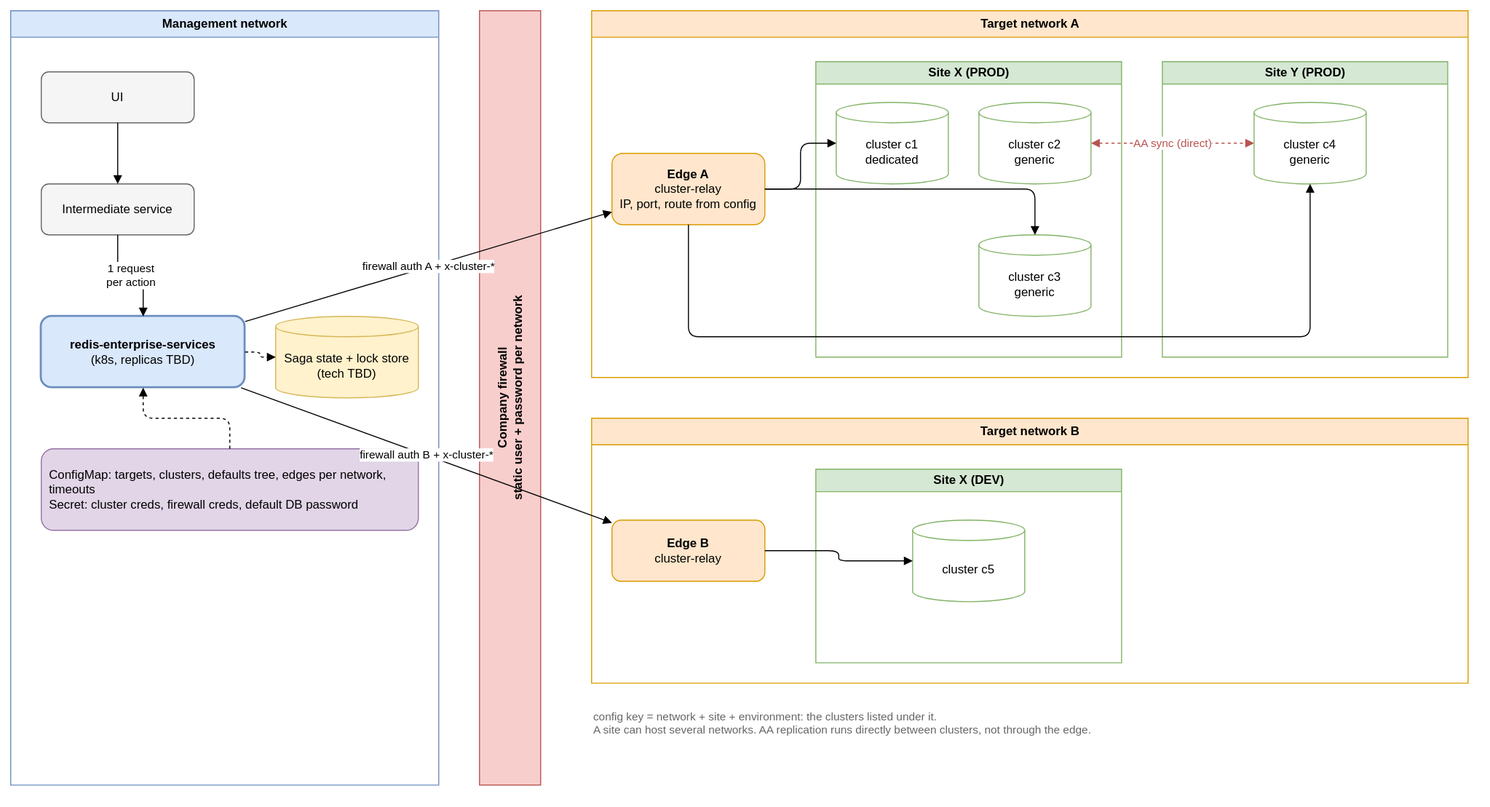
This is docs/dr/diagrams/02-deployment.drawio.svg from EliShteinman/redis-enterprise-services, a draw.io export, as it was before one commit. Source tidied: cells renumbered, new cells last; positions are measured from the earlier drawing's top-left corner, leaving out a move shared by most shapes.
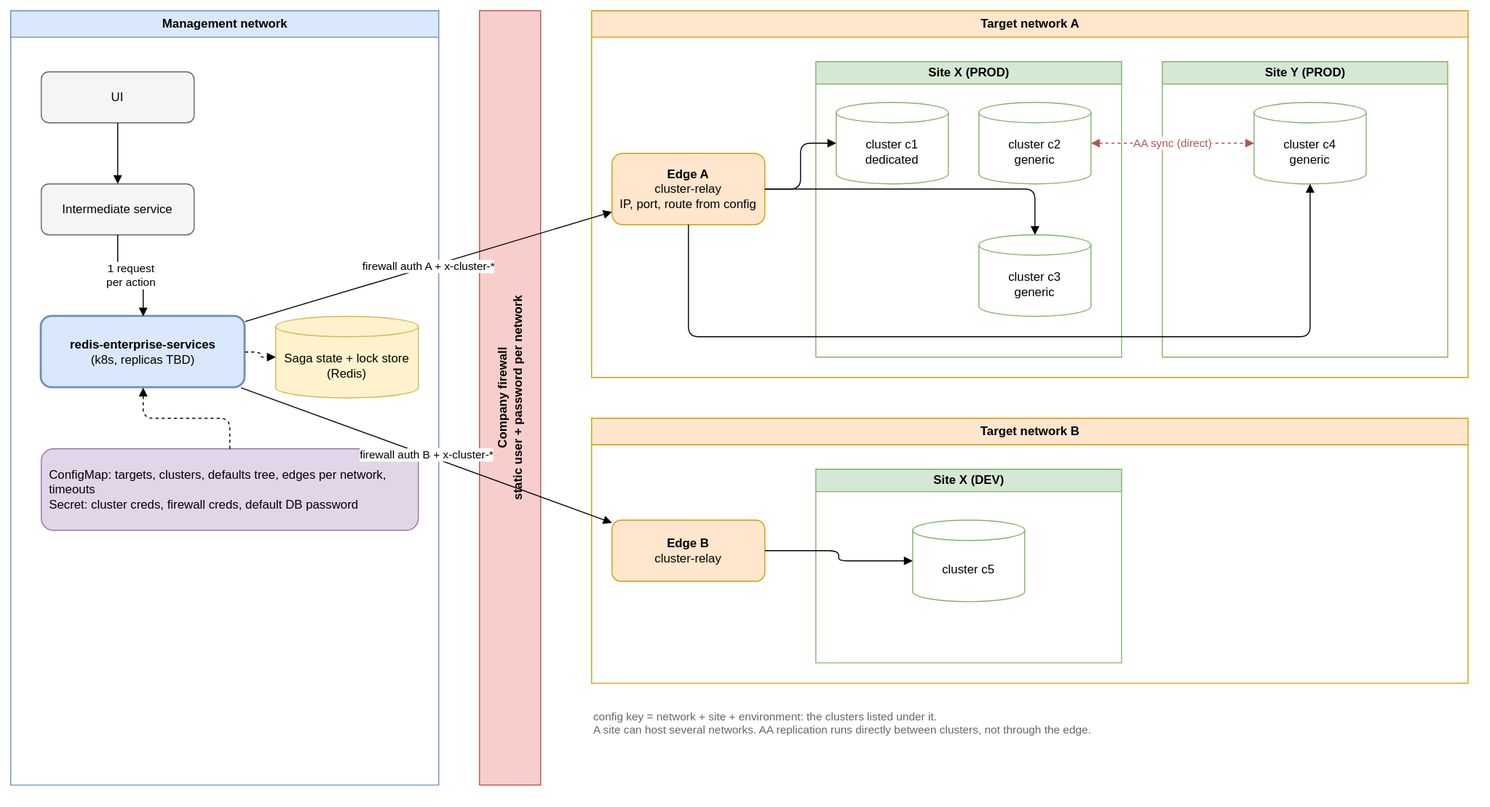
Later version of the same file.

Commit message:
docs(design): Redis holds the saga state and the DB lock

Diff of the diagram source:
```diff
@@ -14,7 +14,7 @@
     <mxCell id="5" value="&lt;b&gt;redis-enterprise-services&lt;/b&gt;&lt;br&gt;(k8s, replicas TBD)" style="rounded=1;whiteSpace=wrap;html=1;fillColor=#dae8fc;strokeColor=#6c8ebf;strokeWidth=2;" parent="2" vertex="1">
       <mxGeometry x="30" y="300" width="200" height="70" as="geometry" />
     </mxCell>
-    <mxCell id="6" value="Saga state + lock store&lt;br&gt;(tech TBD)" style="shape=cylinder3;whiteSpace=wrap;html=1;boundedLbl=1;size=10;fillColor=#fff2cc;strokeColor=#d6b656;" parent="2" vertex="1">
+    <mxCell id="6" value="Saga state + lock store&lt;br&gt;(Redis)" style="shape=cylinder3;whiteSpace=wrap;html=1;boundedLbl=1;size=10;fillColor=#fff2cc;strokeColor=#d6b656;" parent="2" vertex="1">
       <mxGeometry x="260" y="300" width="140" height="80" as="geometry" />
     </mxCell>
     <mxCell id="7" value="ConfigMap: targets, clusters, defaults tree, edges per network, timeouts&lt;br&gt;Secret: cluster creds, firewall creds, default DB password" style="rounded=1;whiteSpace=wrap;html=1;fillColor=#e1d5e7;strokeColor=#9673a6;align=left;spacingLeft=6;" parent="2" vertex="1">
```
